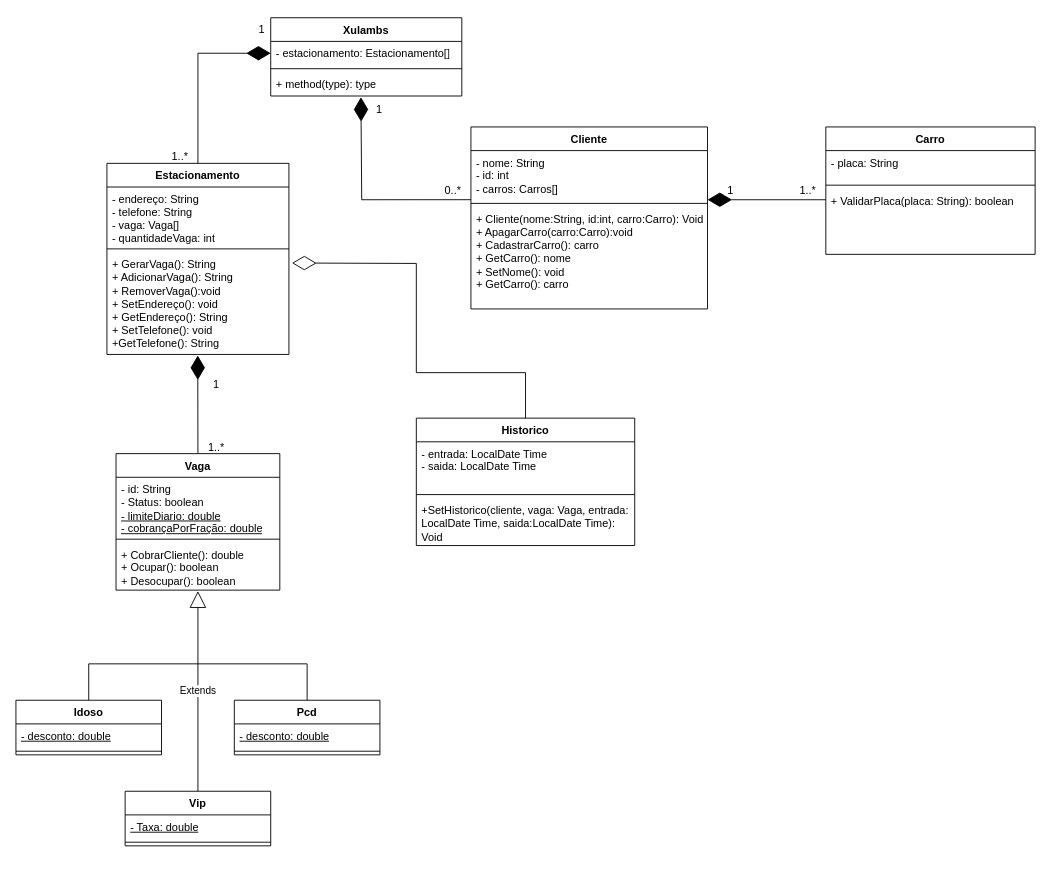
Before: Diagrama sem nome.drawio in Diogo-Henrique-Moreira-da-Silva/C, a draw.io diagram. Source tidied: cells renumbered, new cells numbered last; positions are measured from the earlier drawing's top-left corner, leaving out a move shared by most shapes. Both pictures are drawn from the tidied source at 91%, with x=0, y=0 at pixel (15, 15).
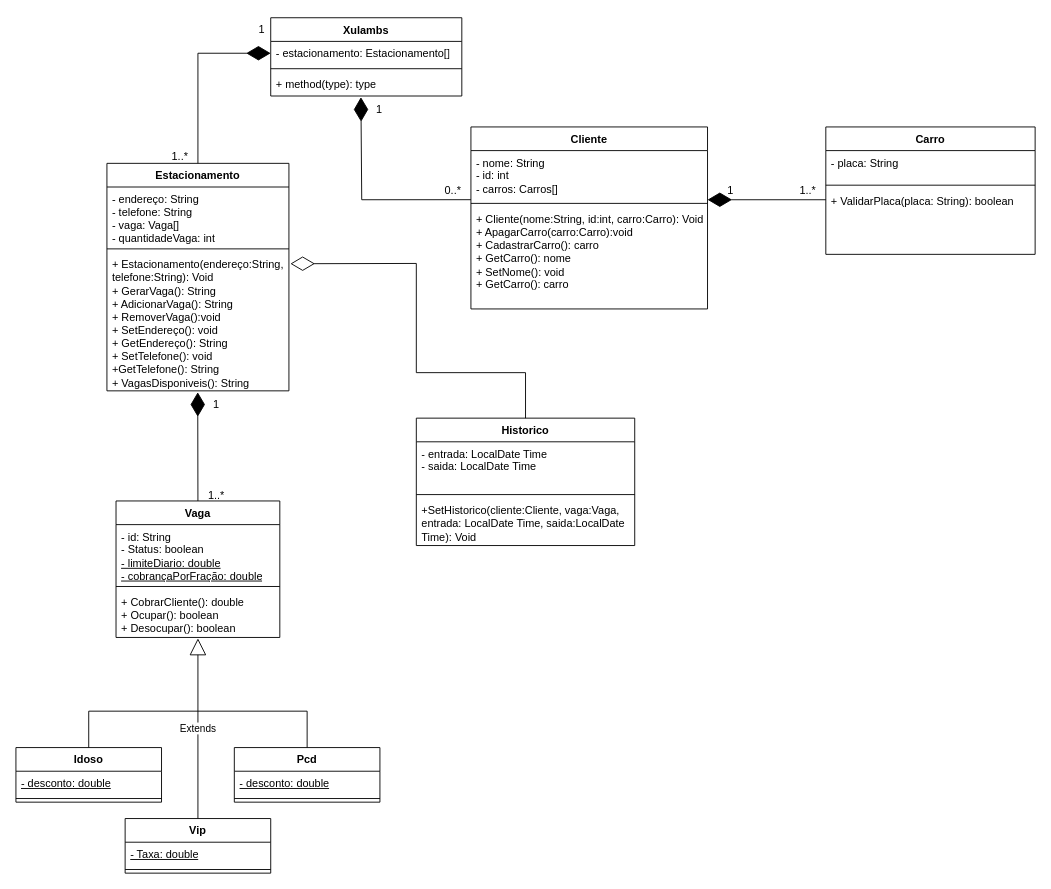
After the change.

Unchanged cells that the change refers to:
```xml
<mxCell id="15" value="Historico" style="swimlane;fontStyle=1;align=center;verticalAlign=top;horizontal=1;startSize=26;whiteSpace=wrap;html=1;" parent="1" vertex="1">
  <mxGeometry x="440" y="442" width="240" height="140" as="geometry" />
</mxCell>
```

The edit, as a diff of the source:
```diff
@@
     <mxCell id="6" value="Estacionamento" style="swimlane;fontStyle=1;align=center;verticalAlign=top;horizontal=1;startSize=26;whiteSpace=wrap;html=1;" parent="1" vertex="1">
-      <mxGeometry x="100" y="162" width="200" height="210" as="geometry" />
+      <mxGeometry x="100" y="162" width="200" height="250" as="geometry" />
     </mxCell>
@@
-    <mxCell id="9" value="&lt;div&gt;+ GerarVaga(): String&lt;/div&gt;+ AdicionarVaga(): String&lt;div&gt;+ RemoverVaga():void&lt;/div&gt;&lt;div&gt;+ SetEndereço(): void&lt;/div&gt;&lt;div&gt;+ GetEndereço(): String&amp;nbsp;&lt;/div&gt;&lt;div&gt;+ SetTelefone(): void&amp;nbsp;&lt;/div&gt;&lt;div&gt;+GetTelefone(): String&lt;/div&gt;" style="text;strokeColor=none;fillColor=none;align=left;verticalAlign=top;spacingLeft=4;spacingRight=4;overflow=hidden;points=[[0,0.5],[1,0.5]];portConstraint=eastwest;whiteSpace=wrap;html=1;" parent="6" vertex="1">
-      <mxGeometry y="98" width="200" height="112" as="geometry" />
+    <mxCell id="9" value="&lt;div&gt;+ Estacionamento(endereço:String, telefone:String): Void&lt;/div&gt;&lt;div&gt;+ GerarVaga(): String&lt;/div&gt;+ AdicionarVaga(): String&lt;div&gt;+ RemoverVaga():void&lt;/div&gt;&lt;div&gt;+ SetEndereço(): void&lt;/div&gt;&lt;div&gt;+ GetEndereço(): String&amp;nbsp;&lt;/div&gt;&lt;div&gt;+ SetTelefone(): void&amp;nbsp;&lt;/div&gt;&lt;div&gt;+GetTelefone(): String&lt;/div&gt;&lt;div&gt;+ VagasDisponiveis(): String&lt;/div&gt;" style="text;strokeColor=none;fillColor=none;align=left;verticalAlign=top;spacingLeft=4;spacingRight=4;overflow=hidden;points=[[0,0.5],[1,0.5]];portConstraint=eastwest;whiteSpace=wrap;html=1;" parent="6" vertex="1">
+      <mxGeometry y="98" width="200" height="152" as="geometry" />
     </mxCell>
@@
-    <mxCell id="18" value="+SetHistorico(cliente, vaga: Vaga, entrada: LocalDate Time, saida:LocalDate Time): Void&lt;div&gt;&lt;br&gt;&lt;/div&gt;" style="text;strokeColor=none;fillColor=none;align=left;verticalAlign=top;spacingLeft=4;spacingRight=4;overflow=hidden;whiteSpace=wrap;html=1;" parent="15" vertex="1">
+    <mxCell id="18" value="+SetHistorico(cliente:Cliente, vaga:Vaga, entrada: LocalDate Time, saida:LocalDate Time): Void&lt;div&gt;&lt;br&gt;&lt;/div&gt;" style="text;strokeColor=none;fillColor=none;align=left;verticalAlign=top;spacingLeft=4;spacingRight=4;overflow=hidden;whiteSpace=wrap;html=1;" parent="15" vertex="1">
       <mxGeometry y="88" width="240" height="52" as="geometry" />
     </mxCell>
@@
-    <mxCell id="25" style="endArrow=diamondThin;endFill=0;endSize=24;html=1;rounded=0;entryX=1.017;entryY=0.103;entryDx=0;entryDy=0;entryPerimeter=0;exitX=0.5;exitY=0;exitDx=0;exitDy=0;" parent="1" edge="1" source="15" target="9">
+    <mxCell id="25" style="endArrow=diamondThin;endFill=0;endSize=24;html=1;rounded=0;entryX=1.008;entryY=0.081;entryDx=0;entryDy=0;entryPerimeter=0;exitX=0.5;exitY=0;exitDx=0;exitDy=0;" parent="1" edge="1" source="15" target="9">
       <mxGeometry relative="1" as="geometry">
         <Array as="points">
           <mxPoint x="560" y="392" />
           <mxPoint x="440" y="392" />
           <mxPoint x="440" y="272" />
         </Array>
       </mxGeometry>
     </mxCell>
@@
     <mxCell id="27" value="Vaga" style="swimlane;fontStyle=1;align=center;verticalAlign=top;horizontal=1;startSize=26;whiteSpace=wrap;html=1;" parent="1" vertex="1">
-      <mxGeometry x="110" y="481" width="180" height="150" as="geometry" />
+      <mxGeometry x="110" y="533" width="180" height="150" as="geometry" />
     </mxCell>
@@
     <mxCell id="31" value="Idoso" style="swimlane;fontStyle=1;align=center;verticalAlign=top;horizontal=1;startSize=26;whiteSpace=wrap;html=1;" parent="1" vertex="1">
-      <mxGeometry y="752" width="160" height="60" as="geometry" />
+      <mxGeometry y="804" width="160" height="60" as="geometry" />
     </mxCell>
@@
     <mxCell id="34" value="Vip" style="swimlane;fontStyle=1;align=center;verticalAlign=top;horizontal=1;startSize=26;whiteSpace=wrap;html=1;" parent="1" vertex="1">
-      <mxGeometry x="120" y="852" width="160" height="60" as="geometry" />
+      <mxGeometry x="120" y="882" width="160" height="60" as="geometry" />
     </mxCell>
@@
     <mxCell id="37" value="Pcd" style="swimlane;fontStyle=1;align=center;verticalAlign=top;horizontal=1;startSize=26;whiteSpace=wrap;html=1;" parent="1" vertex="1">
-      <mxGeometry x="240" y="752" width="160" height="60" as="geometry" />
+      <mxGeometry x="240" y="804" width="160" height="60" as="geometry" />
     </mxCell>
@@
     <mxCell id="41" style="endArrow=none;html=1;rounded=0;entryX=0.5;entryY=0;entryDx=0;entryDy=0;" parent="1" edge="1" target="37">
       <mxGeometry relative="1" as="geometry">
-        <mxPoint x="200" y="712" as="sourcePoint" />
+        <mxPoint x="200" y="764" as="sourcePoint" />
         <Array as="points">
-          <mxPoint x="320" y="712" />
+          <mxPoint x="320" y="764" />
         </Array>
       </mxGeometry>
     </mxCell>
     <mxCell id="42" style="endArrow=none;html=1;rounded=0;exitX=0.5;exitY=0;exitDx=0;exitDy=0;" parent="1" edge="1" source="31">
       <mxGeometry relative="1" as="geometry">
-        <mxPoint x="200" y="712" as="targetPoint" />
+        <mxPoint x="200" y="764" as="targetPoint" />
         <Array as="points">
-          <mxPoint x="80" y="712" />
+          <mxPoint x="80" y="764" />
         </Array>
       </mxGeometry>
     </mxCell>
     <mxCell id="43" value="1" style="text;html=1;align=center;verticalAlign=middle;strokeColor=none;fillColor=none;" parent="1" vertex="1">
-      <mxGeometry x="205" y="390" width="30" height="30" as="geometry" />
+      <mxGeometry x="205" y="412" width="30" height="30" as="geometry" />
     </mxCell>
     <mxCell id="44" value="1..*" style="text;html=1;align=center;verticalAlign=middle;strokeColor=none;fillColor=none;" parent="1" vertex="1">
-      <mxGeometry x="200" y="460" width="40" height="30" as="geometry" />
+      <mxGeometry x="200" y="512" width="40" height="30" as="geometry" />
     </mxCell>
```
